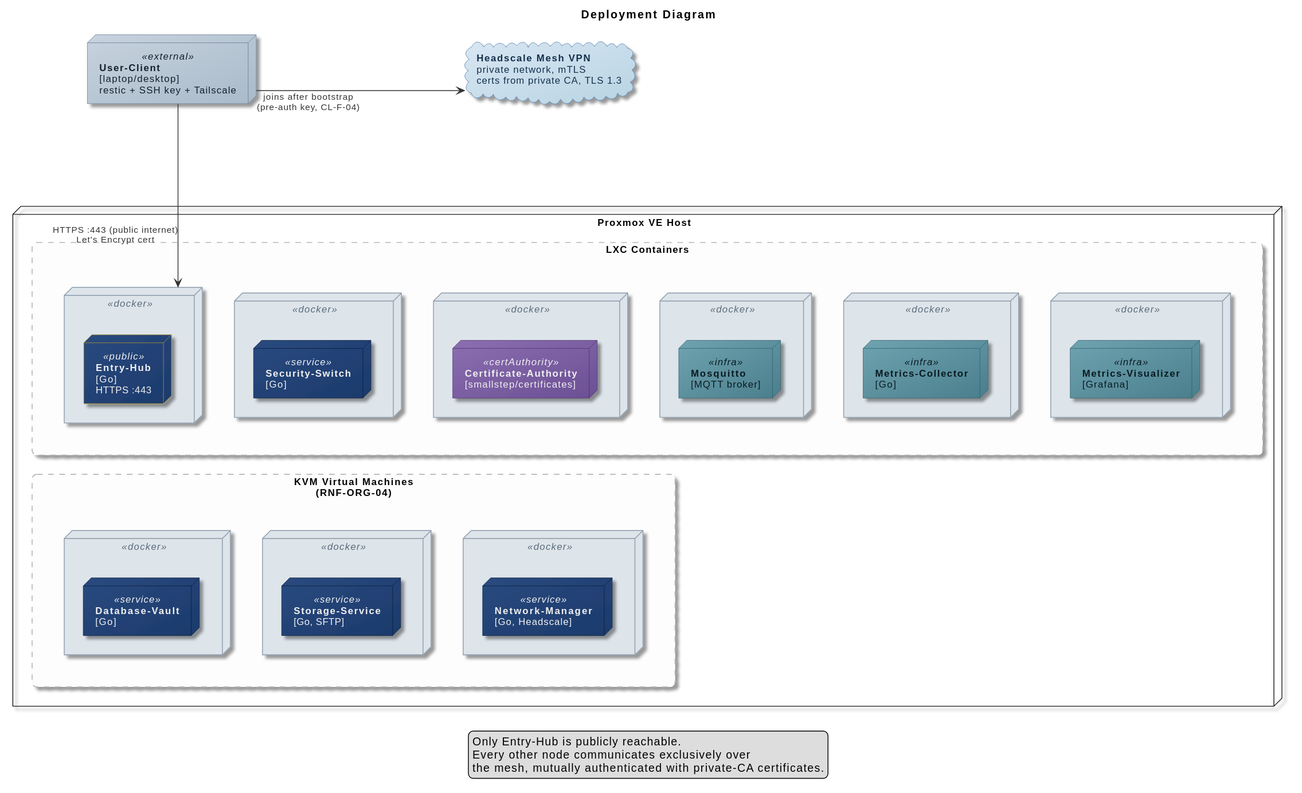
The PlantUML diagram docs/design/diagrams/rendered/02-architecture-deployment.svg in Verryx-02/RAM-USB, before a commit.
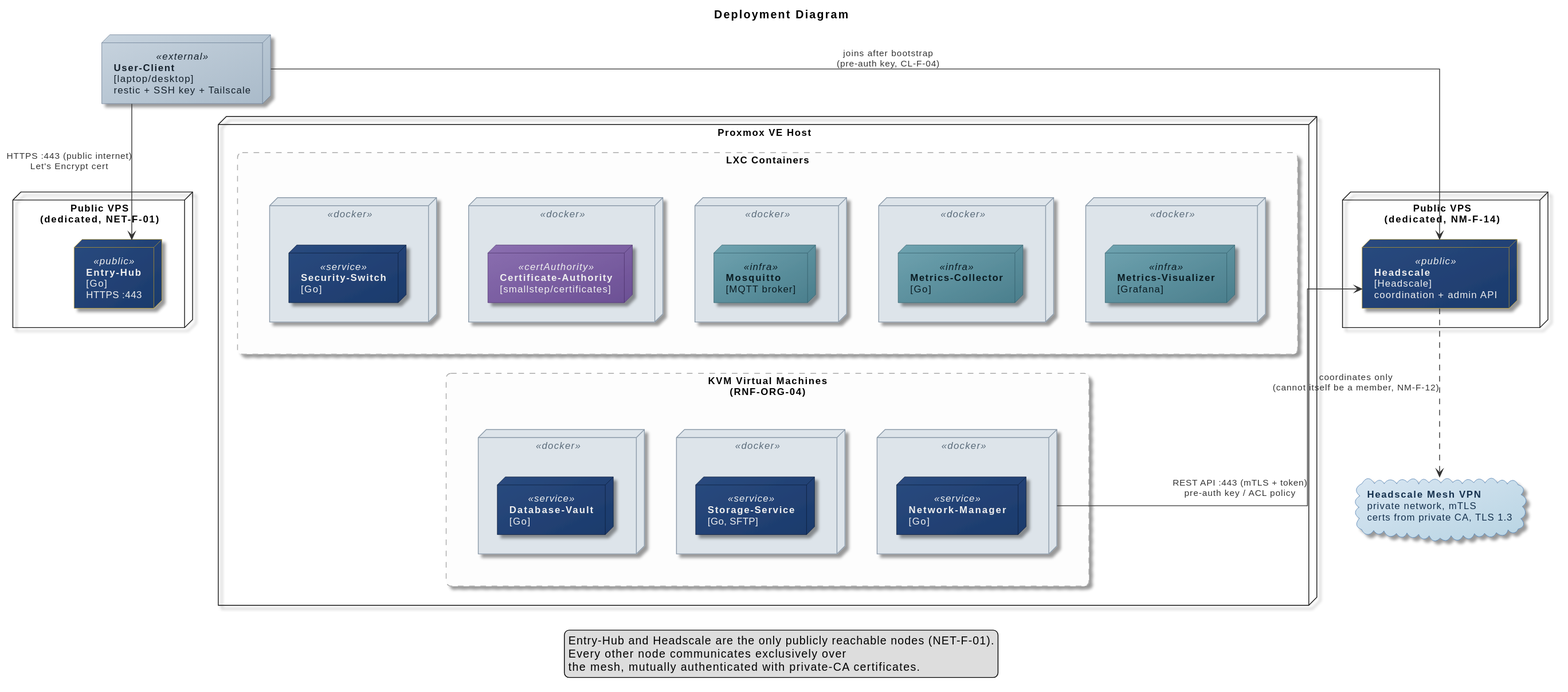
The same diagram one commit later.

Commit message:
docs(project): redraw the container and deployment diagrams for the standalone public Headscale (NM-F-12, NM-F-14)

Diff of the diagram source:
```diff
@@ -34,19 +34,23 @@
 
 node "**User-Client**\n[laptop/desktop]\nrestic + SSH key + Tailscale" as UserClient <<external>>
 
+node "Public VPS\n(dedicated, NET-F-01)" as EntryHubVPS {
+  node "**Entry-Hub**\n[Go]\nHTTPS :443" as EntryHub <<public>>
+}
+
+node "Public VPS\n(dedicated, NM-F-14)" as HeadscaleVPS {
+  node "**Headscale**\n[Headscale]\ncoordination + admin API" as Headscale <<public>>
+}
+
 cloud "**Headscale Mesh VPN**\nprivate network, mTLS\ncerts from private CA, TLS 1.3" as Mesh
 
-rectangle "<color:white>X</color>\n<color:white>X</color>\n<color:white>X</color>" as VGap1 #line:transparent;back:transparent
-
-rectangle "<color:white>______________________________________________________________________________________________________________________________________________</color>" as HGap1 #line:transparent;back:transparent
+UserClient -[hidden]right- EntryHubVPS
+EntryHubVPS -[hidden]right- HeadscaleVPS
 
 node "Proxmox VE Host" as Proxmox {
 
   rectangle "LXC Containers" as LXCGroup #line.dashed;line:AAAAAA;back:FDFDFD {
     together {
-      node " " as EntryHubDocker <<docker>> {
-        node "**Entry-Hub**\n[Go]\nHTTPS :443" as EntryHub <<public>>
-      }
       node " " as SecuritySwitchDocker <<docker>> {
         node "**Security-Switch**\n[Go]" as SecuritySwitch <<service>>
       }
@@ -64,7 +68,6 @@
       }
     }
 
-    EntryHubDocker -[hidden]right- SecuritySwitchDocker
     SecuritySwitchDocker -[hidden]right- CADocker
     CADocker -[hidden]right- MosquittoDocker
     MosquittoDocker -[hidden]right- MetricsCollectorDocker
@@ -80,7 +83,7 @@
         node "**Storage-Service**\n[Go, SFTP]" as StorageService <<service>>
       }
       node " " as NetworkManagerDocker <<docker>> {
-        node "**Network-Manager**\n[Go, Headscale]" as NetworkManager <<service>>
+        node "**Network-Manager**\n[Go]" as NetworkManager <<service>>
       }
     }
 
@@ -88,23 +91,16 @@
     StorageServiceDocker -[hidden]right- NetworkManagerDocker
   }
 
-  EntryHubDocker -[hidden]down- DatabaseVaultDocker
+  SecuritySwitchDocker -[hidden]down- DatabaseVaultDocker
 }
 
-UserClient -[hidden]down- VGap1
-UserClient -[hidden]down- VGap1
-VGap1 -[hidden]down- EntryHubDocker
-VGap1 -[hidden]down- EntryHubDocker
-Mesh -[hidden]down- VGap1
-
-UserClient -[hidden]right- HGap1
-HGap1 -[hidden]right- Mesh
-
-UserClient -right-> Mesh : joins after bootstrap\n(pre-auth key, CL-F-04)
-UserClient -down-> EntryHubDocker : HTTPS :443 (public internet)\nLet's Encrypt cert
+UserClient -down-> EntryHub : HTTPS :443 (public internet)\nLet's Encrypt cert
+UserClient -right-> Headscale : joins after bootstrap\n(pre-auth key, CL-F-04)
+Headscale ..> Mesh : coordinates only\n(cannot itself be a member, NM-F-12)
+NetworkManagerDocker -up-> Headscale : REST API :443 (mTLS + token)\npre-auth key / ACL policy
 
 legend
-  Only Entry-Hub is publicly reachable.
+  Entry-Hub and Headscale are the only publicly reachable nodes (NET-F-01).
   Every other node communicates exclusively over
   the mesh, mutually authenticated with private-CA certificates.
 end legend
```
